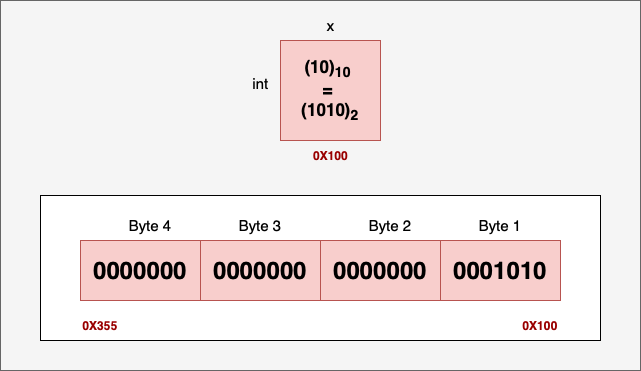
Above: fig/pointers.png in npnquang/c_programming_for_python_programmers (draw.io), before the change. Source tidied: cells renumbered, new cells last; positions are measured from the earlier drawing's top-left corner, leaving out a move shared by most shapes.
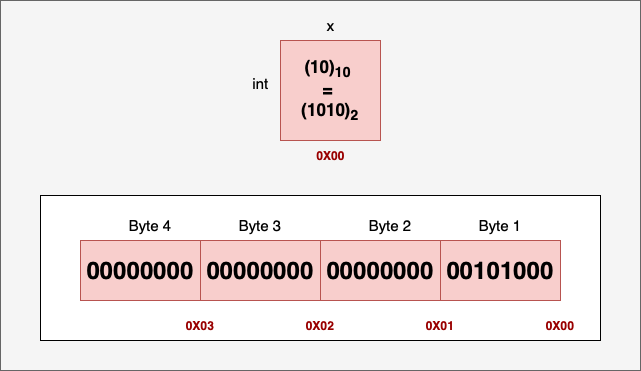
Above is the later version.

Change to the diagram source:
```diff
@@ -8,23 +8,20 @@
     <mxCell id="3" style="rounded=0;whiteSpace=wrap;html=1;" parent="1" vertex="1">
       <mxGeometry x="40" y="195" width="560" height="145" as="geometry" />
     </mxCell>
-    <mxCell id="4" value="&lt;span style=&quot;font-size: 24px;&quot;&gt;0000000&lt;/span&gt;" style="rounded=0;whiteSpace=wrap;html=1;fillColor=#f8cecc;strokeColor=#b85450;fontStyle=1;" parent="1" vertex="1">
+    <mxCell id="4" value="&lt;span style=&quot;font-size: 24px;&quot;&gt;00000000&lt;/span&gt;" style="rounded=0;whiteSpace=wrap;html=1;fillColor=#f8cecc;strokeColor=#b85450;fontStyle=1;" parent="1" vertex="1">
       <mxGeometry x="80" y="240" width="120" height="60" as="geometry" />
     </mxCell>
-    <mxCell id="5" value="&lt;span style=&quot;font-size: 24px;&quot;&gt;0000000&lt;/span&gt;" style="rounded=0;whiteSpace=wrap;html=1;fillColor=#f8cecc;strokeColor=#b85450;fontStyle=1;" parent="1" vertex="1">
+    <mxCell id="5" value="&lt;span style=&quot;font-size: 24px;&quot;&gt;00000000&lt;/span&gt;" style="rounded=0;whiteSpace=wrap;html=1;fillColor=#f8cecc;strokeColor=#b85450;fontStyle=1;" parent="1" vertex="1">
       <mxGeometry x="200" y="240" width="120" height="60" as="geometry" />
     </mxCell>
-    <mxCell id="6" value="&lt;span style=&quot;font-size: 24px;&quot;&gt;0000000&lt;/span&gt;" style="rounded=0;whiteSpace=wrap;html=1;fillColor=#f8cecc;strokeColor=#b85450;fontStyle=1;" parent="1" vertex="1">
+    <mxCell id="6" value="&lt;span style=&quot;font-size: 24px;&quot;&gt;00000000&lt;/span&gt;" style="rounded=0;whiteSpace=wrap;html=1;fillColor=#f8cecc;strokeColor=#b85450;fontStyle=1;" parent="1" vertex="1">
       <mxGeometry x="320" y="240" width="120" height="60" as="geometry" />
     </mxCell>
-    <mxCell id="7" value="&lt;font style=&quot;font-size: 24px;&quot;&gt;0001010&lt;/font&gt;" style="rounded=0;whiteSpace=wrap;html=1;fillColor=#f8cecc;strokeColor=#b85450;fontStyle=1;" parent="1" vertex="1">
+    <mxCell id="7" value="&lt;font style=&quot;font-size: 24px;&quot;&gt;00101000&lt;/font&gt;" style="rounded=0;whiteSpace=wrap;html=1;fillColor=#f8cecc;strokeColor=#b85450;fontStyle=1;" parent="1" vertex="1">
       <mxGeometry x="440" y="240" width="120" height="60" as="geometry" />
     </mxCell>
-    <mxCell id="8" value="0X355" style="text;html=1;align=center;verticalAlign=middle;whiteSpace=wrap;rounded=0;fontColor=#990000;fontStyle=1;" parent="1" vertex="1">
-      <mxGeometry x="70" y="310" width="60" height="30" as="geometry" />
-    </mxCell>
-    <mxCell id="9" value="0X100" style="text;html=1;align=center;verticalAlign=middle;whiteSpace=wrap;rounded=0;fontColor=#990000;fontStyle=1;" parent="1" vertex="1">
-      <mxGeometry x="510" y="310" width="60" height="30" as="geometry" />
+    <mxCell id="9" value="0X00" style="text;html=1;align=center;verticalAlign=middle;whiteSpace=wrap;rounded=0;fontColor=#990000;fontStyle=1;" parent="1" vertex="1">
+      <mxGeometry x="530" y="310" width="60" height="30" as="geometry" />
     </mxCell>
     <mxCell id="10" value="&lt;font style=&quot;font-size: 15px;&quot;&gt;Byte 1&lt;/font&gt;" style="text;html=1;align=center;verticalAlign=middle;whiteSpace=wrap;rounded=0;" parent="1" vertex="1">
       <mxGeometry x="470" y="210" width="60" height="30" as="geometry" />
@@ -44,11 +41,20 @@
     <mxCell id="15" value="&lt;font style=&quot;font-size: 15px;&quot;&gt;int&lt;/font&gt;" style="text;html=1;align=center;verticalAlign=middle;strokeColor=none;fillColor=none;fontSize=15;" parent="1" vertex="1">
       <mxGeometry x="240" y="68" width="40" height="30" as="geometry" />
     </mxCell>
-    <mxCell id="16" value="0X100" style="text;html=1;align=center;verticalAlign=middle;strokeColor=none;fillColor=none;fontColor=#990000;fontStyle=1;" parent="1" vertex="1">
-      <mxGeometry x="300" y="140" width="60" height="30" as="geometry" />
+    <mxCell id="16" value="0X00" style="text;html=1;align=center;verticalAlign=middle;strokeColor=none;fillColor=none;fontColor=#990000;fontStyle=1;" parent="1" vertex="1">
+      <mxGeometry x="305" y="140" width="50" height="30" as="geometry" />
     </mxCell>
     <mxCell id="17" value="x" style="text;html=1;align=center;verticalAlign=middle;strokeColor=none;fillColor=none;fontSize=15;" parent="1" vertex="1">
       <mxGeometry x="315" y="10" width="30" height="30" as="geometry" />
     </mxCell>
+    <mxCell id="18" value="0X01" style="text;html=1;align=center;verticalAlign=middle;whiteSpace=wrap;rounded=0;fontColor=#990000;fontStyle=1;" parent="1" vertex="1">
+      <mxGeometry x="410" y="310" width="60" height="30" as="geometry" />
+    </mxCell>
+    <mxCell id="19" value="0X02" style="text;html=1;align=center;verticalAlign=middle;whiteSpace=wrap;rounded=0;fontColor=#990000;fontStyle=1;" parent="1" vertex="1">
+      <mxGeometry x="290" y="310" width="60" height="30" as="geometry" />
+    </mxCell>
+    <mxCell id="20" value="0X03" style="text;html=1;align=center;verticalAlign=middle;whiteSpace=wrap;rounded=0;fontColor=#990000;fontStyle=1;" parent="1" vertex="1">
+      <mxGeometry x="170" y="310" width="60" height="30" as="geometry" />
+    </mxCell>
   </root>
 </mxGraphModel>
```
